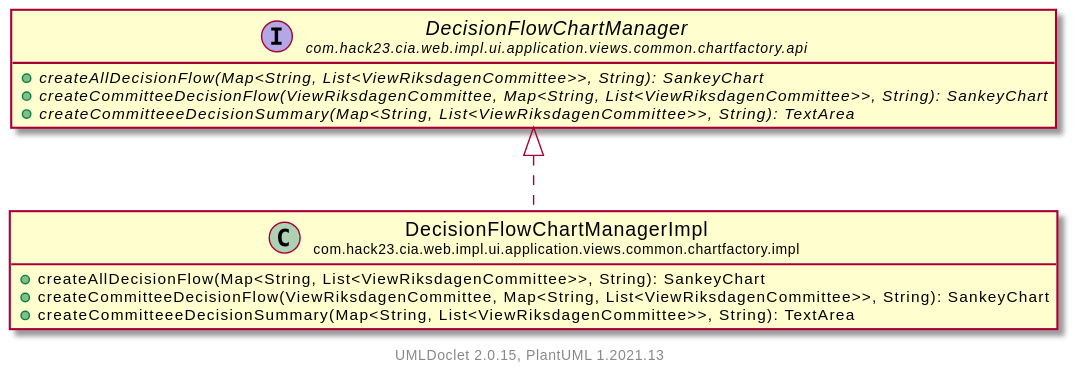
Earlier version of the PlantUML export apidocs/com/hack23/cia/web/impl/ui/application/views/common/chartfactory/impl/DecisionFlowChartManagerImpl.svg (Hack23/cia).
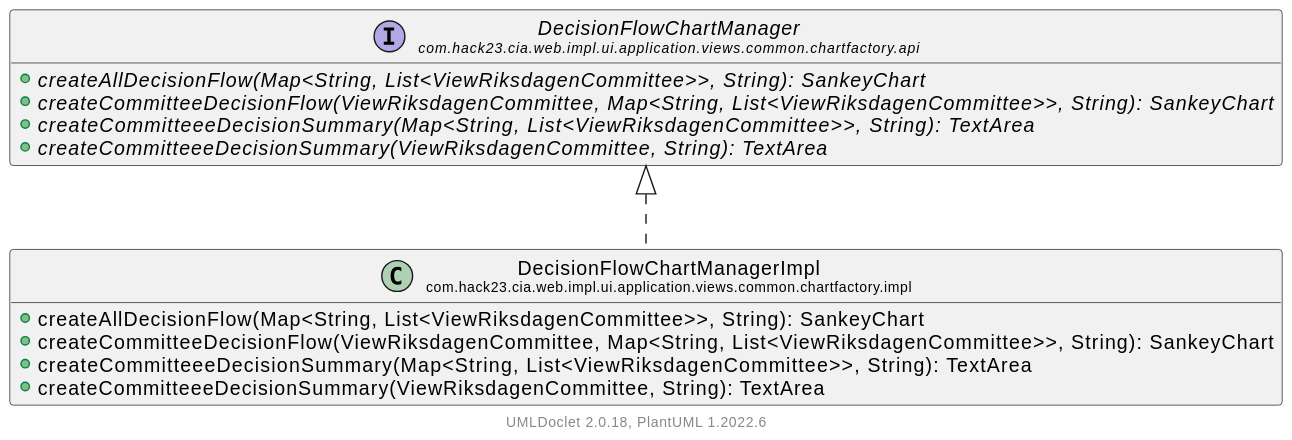
After the commit.

What changed in the source:
```diff
@@ -7,15 +7,17 @@
         +createAllDecisionFlow(Map<String, List<ViewRiksdagenCommittee>>, String): SankeyChart
         +createCommitteeDecisionFlow(ViewRiksdagenCommittee, Map<String, List<ViewRiksdagenCommittee>>, String): SankeyChart
         +createCommitteeeDecisionSummary(Map<String, List<ViewRiksdagenCommittee>>, String): TextArea
+        +createCommitteeeDecisionSummary(ViewRiksdagenCommittee, String): TextArea
     }
 
     interface "<size:14>DecisionFlowChartManager\n<size:10>com.hack23.cia.web.impl.ui.application.views.common.chartfactory.api" as com.hack23.cia.web.impl.ui.application.views.common.chartfactory.api.DecisionFlowChartManager [[../api/DecisionFlowChartManager.html]] {
         {abstract} +createAllDecisionFlow(Map<String, List<ViewRiksdagenCommittee>>, String): SankeyChart
         {abstract} +createCommitteeDecisionFlow(ViewRiksdagenCommittee, Map<String, List<ViewRiksdagenCommittee>>, String): SankeyChart
         {abstract} +createCommitteeeDecisionSummary(Map<String, List<ViewRiksdagenCommittee>>, String): TextArea
+        {abstract} +createCommitteeeDecisionSummary(ViewRiksdagenCommittee, String): TextArea
     }
 
     com.hack23.cia.web.impl.ui.application.views.common.chartfactory.api.DecisionFlowChartManager <|.. com.hack23.cia.web.impl.ui.application.views.common.chartfactory.impl.DecisionFlowChartManagerImpl
 
-    center footer UMLDoclet 2.0.15, PlantUML 1.2021.13
+    center footer UMLDoclet 2.0.18, PlantUML 1.2022.6
 @enduml
```
